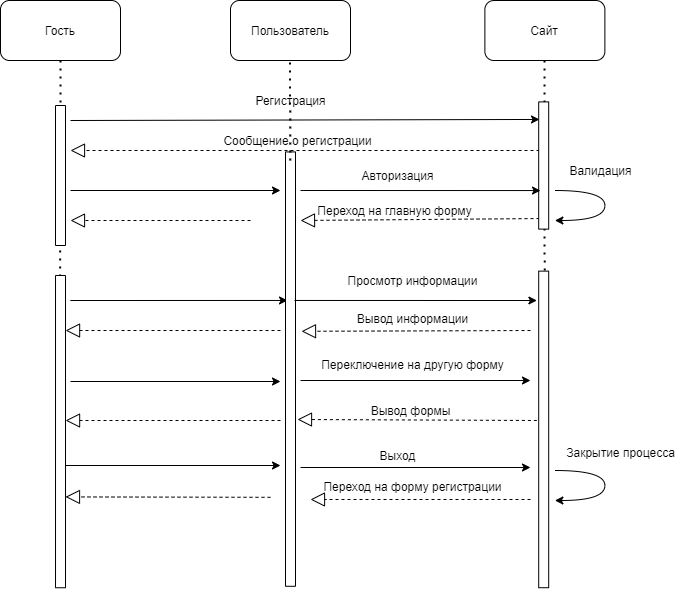
Earlier version of the draw.io export Схемы/Последовательность.png (Comatoznik/hey_bro_nice_code). Source tidied: cells renumbered, new cells last; positions are measured from the earlier drawing's top-left corner, leaving out a move shared by most shapes.
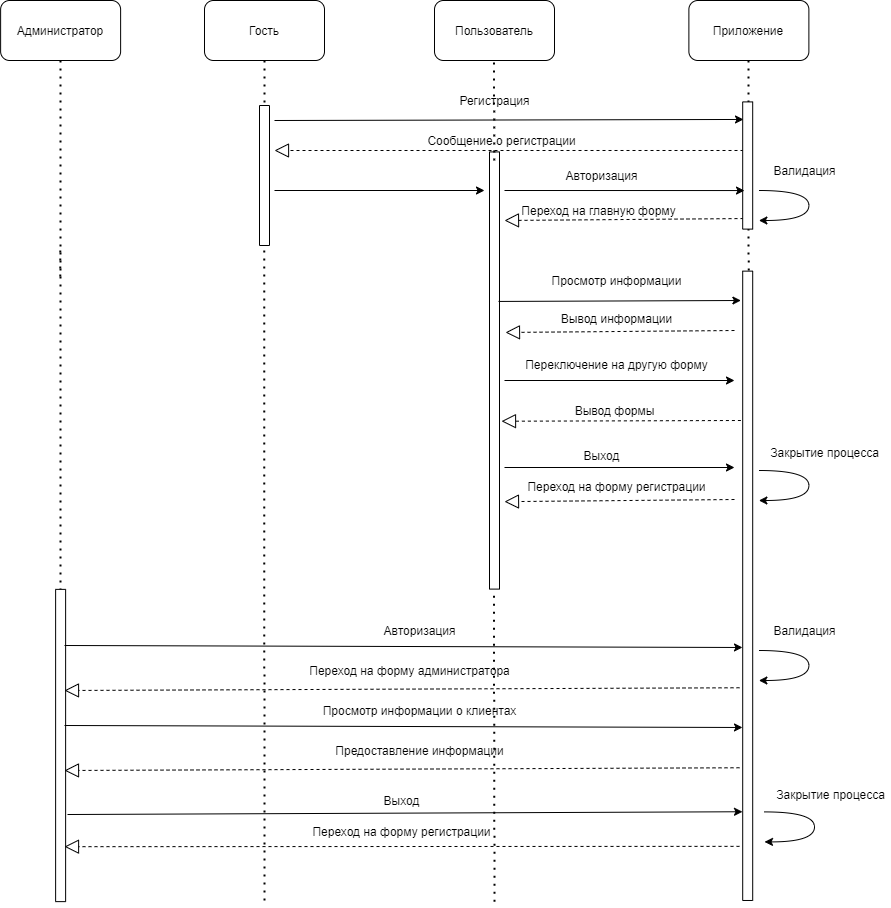
The same diagram one commit later.

What changed in the source:
```diff
@@ -16,7 +16,7 @@
     <mxCell id="5" style="endArrow=none;dashed=1;html=1;dashPattern=1 3;strokeWidth=2;" parent="1" edge="1">
       <mxGeometry relative="1" as="geometry">
         <mxPoint x="155.7" y="250" as="sourcePoint" />
-        <mxPoint x="156" y="280" as="targetPoint" />
+        <mxPoint x="156" y="900" as="targetPoint" />
         <Array as="points">
           <mxPoint x="155.7" y="280" />
         </Array>
@@ -55,14 +55,6 @@
     <mxCell id="13" value="Переход на главную форму" style="text;html=1;align=center;verticalAlign=middle;" parent="1" vertex="1">
       <mxGeometry x="405.4" y="200" width="170" height="20" as="geometry" />
     </mxCell>
-    <mxCell id="14" style="rounded=0;whiteSpace=wrap;html=1;rotation=90;" parent="1" vertex="1">
-      <mxGeometry x="-0.1" y="426.1" width="312.3" height="10" as="geometry" />
-    </mxCell>
-    <mxCell id="15" style="endArrow=classic;html=1;entryX=0.342;entryY=0.8;entryDx=0;entryDy=0;entryPerimeter=0;" parent="1" edge="1" target="33">
-      <mxGeometry relative="1" as="geometry">
-        <mxPoint x="165.8" y="300" as="sourcePoint" />
-      </mxGeometry>
-    </mxCell>
     <mxCell id="16" value="Просмотр информации" style="text;html=1;align=center;verticalAlign=middle;" parent="1" vertex="1">
       <mxGeometry x="433.2" y="270" width="150" height="20" as="geometry" />
     </mxCell>
@@ -74,12 +66,6 @@
     <mxCell id="18" value="Вывод информации" style="text;html=1;align=center;verticalAlign=middle;" parent="1" vertex="1">
       <mxGeometry x="443.2" y="307.6" width="130" height="20" as="geometry" />
     </mxCell>
-    <mxCell id="19" style="endArrow=classic;html=1;" parent="1" edge="1">
-      <mxGeometry relative="1" as="geometry">
-        <mxPoint x="166" y="381" as="sourcePoint" />
-        <mxPoint x="376" y="381" as="targetPoint" />
-      </mxGeometry>
-    </mxCell>
     <mxCell id="20" value="Выход" style="text;html=1;align=center;verticalAlign=middle;" parent="1" vertex="1">
       <mxGeometry x="468.4" y="445" width="50" height="20" as="geometry" />
     </mxCell>
@@ -91,25 +77,18 @@
     <mxCell id="22" value="Вывод формы" style="text;html=1;align=center;verticalAlign=middle;" parent="1" vertex="1">
       <mxGeometry x="456" y="400" width="100" height="20" as="geometry" />
     </mxCell>
-    <mxCell id="23" style="endArrow=classic;html=1;" parent="1" edge="1">
-      <mxGeometry relative="1" as="geometry">
-        <mxPoint x="161.1" y="465" as="sourcePoint" />
-        <mxPoint x="376" y="465" as="targetPoint" />
-      </mxGeometry>
-    </mxCell>
     <mxCell id="24" value="Переключение на другую форму" style="text;html=1;align=center;verticalAlign=middle;" parent="1" vertex="1">
       <mxGeometry x="408.2" y="353.6" width="200" height="20" as="geometry" />
     </mxCell>
-    <mxCell id="25" style="endArrow=block;dashed=1;endFill=0;endSize=12;html=1;" parent="1" edge="1">
+    <mxCell id="25" style="endArrow=block;dashed=1;endFill=0;endSize=12;html=1;entryX=0.8;entryY=-0.499;entryDx=0;entryDy=0;entryPerimeter=0;" parent="1" edge="1" target="33">
       <mxGeometry relative="1" as="geometry">
         <mxPoint x="626" y="499" as="sourcePoint" />
-        <mxPoint x="406" y="499" as="targetPoint" />
       </mxGeometry>
     </mxCell>
     <mxCell id="26" value="Переход на форму регистрации" style="text;html=1;align=center;verticalAlign=middle;" parent="1" vertex="1">
       <mxGeometry x="413.2" y="476.4" width="190" height="20" as="geometry" />
     </mxCell>
-    <mxCell id="27" value="Сайт" style="rounded=1;whiteSpace=wrap;html=1;" parent="1" vertex="1">
+    <mxCell id="27" value="Приложение" style="rounded=1;whiteSpace=wrap;html=1;" parent="1" vertex="1">
       <mxGeometry x="580.4" width="120" height="60" as="geometry" />
     </mxCell>
     <mxCell id="28" style="endArrow=none;dashed=1;html=1;dashPattern=1 3;strokeWidth=2;entryX=0.5;entryY=1;entryDx=0;entryDy=0;" parent="1" edge="1">
@@ -128,7 +107,7 @@
       </mxGeometry>
     </mxCell>
     <mxCell id="30" style="rounded=0;whiteSpace=wrap;html=1;rotation=90;" parent="1" vertex="1">
-      <mxGeometry x="480.9" y="423.9" width="316.6" height="10" as="geometry" />
+      <mxGeometry x="324.5" y="580.3" width="629.4" height="10" as="geometry" />
     </mxCell>
     <mxCell id="31" value="Пользователь" style="rounded=1;whiteSpace=wrap;html=1;" parent="1" vertex="1">
       <mxGeometry x="326" width="120" height="60" as="geometry" />
@@ -137,7 +116,7 @@
       <mxGeometry x="575.6" y="160" width="127.2" height="10" as="geometry" />
     </mxCell>
     <mxCell id="33" style="rounded=0;whiteSpace=wrap;html=1;rotation=90;" parent="1" vertex="1">
-      <mxGeometry x="168.8" y="363.6" width="434.4" height="10" as="geometry" />
+      <mxGeometry x="167.4" y="365" width="437.2" height="10" as="geometry" />
     </mxCell>
     <mxCell id="34" style="endArrow=none;dashed=1;html=1;dashPattern=1 3;strokeWidth=2;entryX=0.5;entryY=1;entryDx=0;entryDy=0;" parent="1" edge="1">
       <mxGeometry relative="1" as="geometry">
@@ -150,41 +129,17 @@
         <mxPoint x="396" y="190" as="sourcePoint" />
       </mxGeometry>
     </mxCell>
-    <mxCell id="36" style="endArrow=block;dashed=1;endFill=0;endSize=12;html=1;" parent="1" edge="1">
-      <mxGeometry relative="1" as="geometry">
-        <mxPoint x="346" y="220" as="sourcePoint" />
-        <mxPoint x="166" y="220" as="targetPoint" />
-      </mxGeometry>
-    </mxCell>
     <mxCell id="37" style="endArrow=classic;html=1;exitX=0.342;exitY=0.1;exitDx=0;exitDy=0;exitPerimeter=0;" parent="1" edge="1" source="33">
       <mxGeometry relative="1" as="geometry">
         <mxPoint x="632.4" y="300" as="targetPoint" />
       </mxGeometry>
     </mxCell>
-    <mxCell id="38" style="endArrow=block;dashed=1;endFill=0;endSize=12;html=1;" parent="1" edge="1">
-      <mxGeometry relative="1" as="geometry">
-        <mxPoint x="376" y="330" as="sourcePoint" />
-        <mxPoint x="161.1" y="330" as="targetPoint" />
-      </mxGeometry>
-    </mxCell>
     <mxCell id="39" style="endArrow=classic;html=1;" parent="1" edge="1">
       <mxGeometry relative="1" as="geometry">
         <mxPoint x="396" y="380" as="sourcePoint" />
         <mxPoint x="626" y="380" as="targetPoint" />
       </mxGeometry>
     </mxCell>
-    <mxCell id="40" style="endArrow=block;dashed=1;endFill=0;endSize=12;html=1;" parent="1" edge="1">
-      <mxGeometry relative="1" as="geometry">
-        <mxPoint x="376" y="420" as="sourcePoint" />
-        <mxPoint x="161.1" y="420" as="targetPoint" />
-      </mxGeometry>
-    </mxCell>
-    <mxCell id="41" style="endArrow=block;dashed=1;endFill=0;endSize=12;html=1;" parent="1" edge="1">
-      <mxGeometry relative="1" as="geometry">
-        <mxPoint x="366" y="496.8" as="sourcePoint" />
-        <mxPoint x="161" y="496.4" as="targetPoint" />
-      </mxGeometry>
-    </mxCell>
     <mxCell id="42" style="curved=1;endArrow=classic;html=1;" parent="1" edge="1">
       <mxGeometry relative="1" as="geometry">
         <mxPoint x="650.4" y="190" as="sourcePoint" />
@@ -211,5 +166,106 @@
     <mxCell id="45" value="Закрытие процесса" style="text;html=1;align=center;verticalAlign=middle;strokeColor=none;" parent="1" vertex="1">
       <mxGeometry x="656" y="442.3" width="120" height="20" as="geometry" />
     </mxCell>
+    <mxCell id="46" value="Администратор" style="rounded=1;whiteSpace=wrap;html=1;" parent="1" vertex="1">
+      <mxGeometry x="-107.9" width="120" height="60" as="geometry" />
+    </mxCell>
+    <mxCell id="47" style="endArrow=none;dashed=1;html=1;dashPattern=1 3;strokeWidth=2;entryX=0.5;entryY=1;entryDx=0;entryDy=0;" parent="1" edge="1" target="46">
+      <mxGeometry relative="1" as="geometry">
+        <mxPoint x="-48" y="590" as="sourcePoint" />
+      </mxGeometry>
+    </mxCell>
+    <mxCell id="48" style="endArrow=none;dashed=1;html=1;dashPattern=1 3;strokeWidth=2;" parent="1" edge="1">
+      <mxGeometry relative="1" as="geometry">
+        <mxPoint x="-48.2" y="250" as="sourcePoint" />
+        <mxPoint x="-47.9" y="280" as="targetPoint" />
+        <Array as="points">
+          <mxPoint x="-48.2" y="280" />
+        </Array>
+      </mxGeometry>
+    </mxCell>
+    <mxCell id="49" style="rounded=0;whiteSpace=wrap;html=1;rotation=90;" parent="1" vertex="1">
+      <mxGeometry x="-204" y="740" width="312.3" height="10" as="geometry" />
+    </mxCell>
+    <mxCell id="50" value="Авторизация" style="text;html=1;align=center;verticalAlign=middle;" parent="1" vertex="1">
+      <mxGeometry x="266" y="620" width="90" height="20" as="geometry" />
+    </mxCell>
+    <mxCell id="51" style="endArrow=classic;html=1;entryX=0.598;entryY=1.02;entryDx=0;entryDy=0;entryPerimeter=0;" parent="1" edge="1" target="30">
+      <mxGeometry relative="1" as="geometry">
+        <mxPoint x="-44" y="645" as="sourcePoint" />
+      </mxGeometry>
+    </mxCell>
+    <mxCell id="52" style="endArrow=block;dashed=1;endFill=0;endSize=12;html=1;exitX=0.662;exitY=1.32;exitDx=0;exitDy=0;exitPerimeter=0;" parent="1" edge="1" source="30">
+      <mxGeometry relative="1" as="geometry">
+        <mxPoint x="-44" y="690" as="targetPoint" />
+      </mxGeometry>
+    </mxCell>
+    <mxCell id="53" value="Переход на форму администратора" style="text;html=1;align=center;verticalAlign=middle;" parent="1" vertex="1">
+      <mxGeometry x="191" y="660" width="220" height="20" as="geometry" />
+    </mxCell>
+    <mxCell id="54" style="curved=1;endArrow=classic;html=1;" parent="1" edge="1">
+      <mxGeometry relative="1" as="geometry">
+        <mxPoint x="650.4" y="650" as="sourcePoint" />
+        <mxPoint x="650.4" y="680" as="targetPoint" />
+        <Array as="points">
+          <mxPoint x="700.4" y="650" />
+          <mxPoint x="700.4" y="680" />
+        </Array>
+      </mxGeometry>
+    </mxCell>
+    <mxCell id="55" value="Валидация" style="text;html=1;align=center;verticalAlign=middle;strokeColor=none;" parent="1" vertex="1">
+      <mxGeometry x="656" y="620" width="80" height="20" as="geometry" />
+    </mxCell>
+    <mxCell id="56" value="Просмотр информации о клиентах" style="text;html=1;align=center;verticalAlign=middle;" parent="1" vertex="1">
+      <mxGeometry x="206" y="700" width="210" height="20" as="geometry" />
+    </mxCell>
+    <mxCell id="57" style="endArrow=classic;html=1;entryX=0.598;entryY=1.02;entryDx=0;entryDy=0;entryPerimeter=0;" parent="1" edge="1">
+      <mxGeometry relative="1" as="geometry">
+        <mxPoint x="-44" y="725" as="sourcePoint" />
+        <mxPoint x="634" y="727" as="targetPoint" />
+      </mxGeometry>
+    </mxCell>
+    <mxCell id="58" style="endArrow=block;dashed=1;endFill=0;endSize=12;html=1;exitX=0.662;exitY=1.32;exitDx=0;exitDy=0;exitPerimeter=0;" parent="1" edge="1">
+      <mxGeometry relative="1" as="geometry">
+        <mxPoint x="631" y="767.3" as="sourcePoint" />
+        <mxPoint x="-44" y="770" as="targetPoint" />
+      </mxGeometry>
+    </mxCell>
+    <mxCell id="59" value="Предоставление информации" style="text;html=1;align=center;verticalAlign=middle;" parent="1" vertex="1">
+      <mxGeometry x="221" y="740" width="180" height="20" as="geometry" />
+    </mxCell>
+    <mxCell id="60" value="Выход" style="text;html=1;align=center;verticalAlign=middle;" parent="1" vertex="1">
+      <mxGeometry x="268.4" y="790" width="50" height="20" as="geometry" />
+    </mxCell>
+    <mxCell id="61" style="endArrow=block;dashed=1;endFill=0;endSize=12;html=1;entryX=0.824;entryY=0.112;entryDx=0;entryDy=0;entryPerimeter=0;exitX=0.914;exitY=1.32;exitDx=0;exitDy=0;exitPerimeter=0;" parent="1" edge="1" source="30" target="49">
+      <mxGeometry relative="1" as="geometry" />
+    </mxCell>
+    <mxCell id="62" value="Переход на форму регистрации" style="text;html=1;align=center;verticalAlign=middle;" parent="1" vertex="1">
+      <mxGeometry x="198.4" y="821.4" width="190" height="20" as="geometry" />
+    </mxCell>
+    <mxCell id="63" style="endArrow=classic;html=1;entryX=0.859;entryY=1.02;entryDx=0;entryDy=0;entryPerimeter=0;exitX=0.721;exitY=-0.188;exitDx=0;exitDy=0;exitPerimeter=0;" parent="1" edge="1" source="49" target="30">
+      <mxGeometry relative="1" as="geometry" />
+    </mxCell>
+    <mxCell id="64" style="curved=1;endArrow=classic;html=1;" parent="1" edge="1">
+      <mxGeometry relative="1" as="geometry">
+        <mxPoint x="656" y="811.4" as="sourcePoint" />
+        <mxPoint x="656" y="841.4" as="targetPoint" />
+        <Array as="points">
+          <mxPoint x="706" y="811.4" />
+          <mxPoint x="706" y="841.4" />
+        </Array>
+      </mxGeometry>
+    </mxCell>
+    <mxCell id="65" value="Закрытие процесса" style="text;html=1;align=center;verticalAlign=middle;strokeColor=none;" parent="1" vertex="1">
+      <mxGeometry x="661.6" y="783.7" width="120" height="20" as="geometry" />
+    </mxCell>
+    <mxCell id="66" style="endArrow=none;dashed=1;html=1;dashPattern=1 3;strokeWidth=2;" parent="1" edge="1">
+      <mxGeometry relative="1" as="geometry">
+        <mxPoint x="385.5" y="595.2" as="sourcePoint" />
+        <mxPoint x="386" y="904.8" as="targetPoint" />
+        <Array as="points">
+          <mxPoint x="385.5" y="625.2" />
+        </Array>
+      </mxGeometry>
+    </mxCell>
   </root>
 </mxGraphModel>
```
